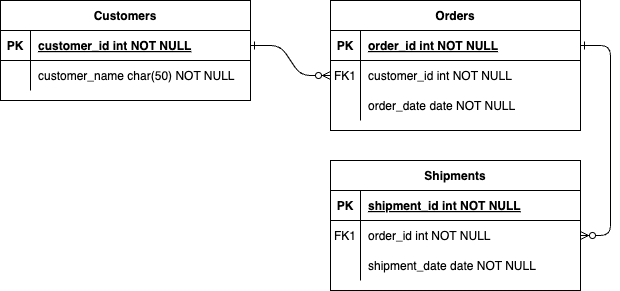
Earlier version of the draw.io export ERD.png (N-Dolphin/Group). Source tidied: cells renumbered, new cells last; positions are measured from the earlier drawing's top-left corner, leaving out a move shared by most shapes.
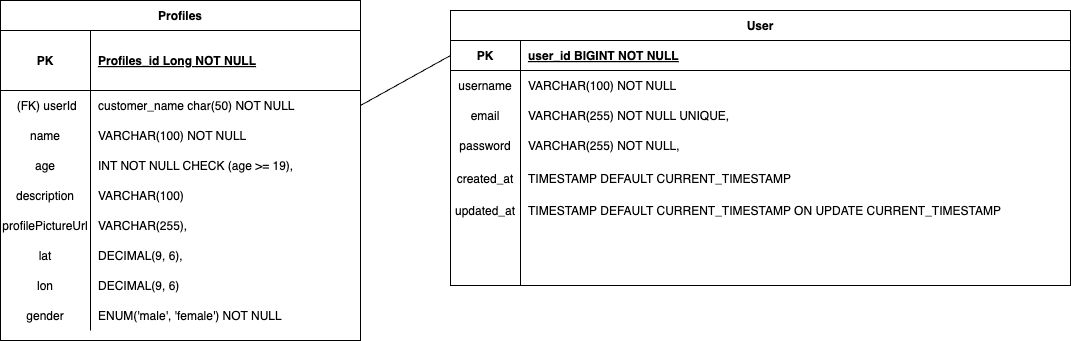
Above is the later version.

Change to the diagram source:
```diff
@@ -2,92 +2,167 @@
   <root>
     <mxCell id="0" />
     <mxCell id="1" parent="0" />
-    <mxCell id="2" style="edgeStyle=entityRelationEdgeStyle;endArrow=ERzeroToMany;startArrow=ERone;endFill=1;startFill=0;" parent="1" edge="1" source="25" target="8">
-      <mxGeometry relative="1" as="geometry" />
-    </mxCell>
-    <mxCell id="3" style="edgeStyle=entityRelationEdgeStyle;endArrow=ERzeroToMany;startArrow=ERone;endFill=1;startFill=0;" parent="1" edge="1" source="5" target="18">
-      <mxGeometry relative="1" as="geometry" />
-    </mxCell>
+    <mxCell id="24" value="Profiles" style="shape=table;startSize=30;rowLines=0;fontStyle=1;align=center;" parent="1" vertex="1">
+      <mxGeometry x="-10" y="-20" width="360" height="340" as="geometry" />
+    </mxCell>
+    <mxCell id="25" style="shape=partialRectangle;fillColor=none;points=[[0,0.5],[1,0.5]];portConstraint=eastwest;top=0;left=0;right=0;bottom=1;" parent="24" vertex="1">
+      <mxGeometry y="30" width="360" height="60" as="geometry" />
+    </mxCell>
+    <mxCell id="26" value="PK" style="shape=partialRectangle;overflow=hidden;fillColor=none;top=0;left=0;bottom=0;right=0;fontStyle=1;" parent="25" vertex="1">
+      <mxGeometry width="90" height="60" as="geometry" />
+    </mxCell>
+    <mxCell id="27" value="Profiles_id Long NOT NULL " style="shape=partialRectangle;overflow=hidden;fillColor=none;top=0;left=0;bottom=0;right=0;align=left;spacingLeft=6;fontStyle=5;" parent="25" vertex="1">
+      <mxGeometry x="90" width="270" height="60" as="geometry" />
+    </mxCell>
+    <mxCell id="28" style="shape=partialRectangle;fillColor=none;points=[[0,0.5],[1,0.5]];portConstraint=eastwest;top=0;left=0;right=0;bottom=0;" parent="24" vertex="1">
+      <mxGeometry y="90" width="360" height="30" as="geometry" />
+    </mxCell>
+    <mxCell id="29" value=" (FK) userId" style="shape=partialRectangle;overflow=hidden;fillColor=none;top=0;left=0;bottom=0;right=0;" parent="28" vertex="1">
+      <mxGeometry width="90" height="30" as="geometry" />
+    </mxCell>
+    <mxCell id="30" value="customer_name char(50) NOT NULL" style="shape=partialRectangle;overflow=hidden;fillColor=none;top=0;left=0;bottom=0;right=0;align=left;spacingLeft=6;" parent="28" vertex="1">
+      <mxGeometry x="90" width="270" height="30" as="geometry" />
+    </mxCell>
+    <mxCell id="31" style="shape=partialRectangle;fillColor=none;top=0;left=0;right=0;bottom=0;" parent="24" vertex="1">
+      <mxGeometry y="120" width="360" height="30" as="geometry" />
+    </mxCell>
+    <mxCell id="32" value="name" style="shape=partialRectangle;overflow=hidden;fillColor=none;top=0;left=0;bottom=0;right=0;" parent="31" vertex="1">
+      <mxGeometry width="90" height="30" as="geometry" />
+    </mxCell>
+    <mxCell id="33" value="VARCHAR(100) NOT NULL" style="shape=partialRectangle;overflow=hidden;fillColor=none;top=0;left=0;bottom=0;right=0;align=left;spacingLeft=6;" parent="31" vertex="1">
+      <mxGeometry x="90" width="270" height="30" as="geometry" />
+    </mxCell>
+    <mxCell id="34" style="shape=partialRectangle;fillColor=none;top=0;left=0;right=0;bottom=0;" parent="24" vertex="1">
+      <mxGeometry y="150" width="360" height="30" as="geometry" />
+    </mxCell>
+    <mxCell id="35" value="age" style="shape=partialRectangle;overflow=hidden;fillColor=none;top=0;left=0;bottom=0;right=0;" parent="34" vertex="1">
+      <mxGeometry width="90" height="30" as="geometry" />
+    </mxCell>
+    <mxCell id="36" value="INT NOT NULL CHECK (age &gt;= 19)," style="shape=partialRectangle;overflow=hidden;fillColor=none;top=0;left=0;bottom=0;right=0;align=left;spacingLeft=6;" parent="34" vertex="1">
+      <mxGeometry x="90" width="270" height="30" as="geometry" />
+    </mxCell>
+    <mxCell id="37" style="shape=partialRectangle;fillColor=none;top=0;left=0;right=0;bottom=0;" parent="24" vertex="1">
+      <mxGeometry y="180" width="360" height="30" as="geometry" />
+    </mxCell>
+    <mxCell id="38" value="description" style="shape=partialRectangle;overflow=hidden;fillColor=none;top=0;left=0;bottom=0;right=0;" parent="37" vertex="1">
+      <mxGeometry width="90" height="30" as="geometry" />
+    </mxCell>
+    <mxCell id="39" value="VARCHAR(100) " style="shape=partialRectangle;overflow=hidden;fillColor=none;top=0;left=0;bottom=0;right=0;align=left;spacingLeft=6;" parent="37" vertex="1">
+      <mxGeometry x="90" width="270" height="30" as="geometry" />
+    </mxCell>
+    <mxCell id="40" style="shape=partialRectangle;fillColor=none;top=0;left=0;right=0;bottom=0;" parent="24" vertex="1">
+      <mxGeometry y="210" width="360" height="30" as="geometry" />
+    </mxCell>
+    <mxCell id="41" value="profilePictureUrl" style="shape=partialRectangle;overflow=hidden;fillColor=none;top=0;left=0;bottom=0;right=0;" parent="40" vertex="1">
+      <mxGeometry width="90" height="30" as="geometry" />
+    </mxCell>
+    <mxCell id="42" value="VARCHAR(255)," style="shape=partialRectangle;overflow=hidden;fillColor=none;top=0;left=0;bottom=0;right=0;align=left;spacingLeft=6;" parent="40" vertex="1">
+      <mxGeometry x="90" width="270" height="30" as="geometry" />
+    </mxCell>
+    <mxCell id="43" style="shape=partialRectangle;fillColor=none;top=0;left=0;right=0;bottom=0;" parent="24" vertex="1">
+      <mxGeometry y="240" width="360" height="30" as="geometry" />
+    </mxCell>
+    <mxCell id="44" value="lat" style="shape=partialRectangle;overflow=hidden;fillColor=none;top=0;left=0;bottom=0;right=0;" parent="43" vertex="1">
+      <mxGeometry width="90" height="30" as="geometry" />
+    </mxCell>
+    <mxCell id="45" value="DECIMAL(9, 6)," style="shape=partialRectangle;overflow=hidden;fillColor=none;top=0;left=0;bottom=0;right=0;align=left;spacingLeft=6;" parent="43" vertex="1">
+      <mxGeometry x="90" width="270" height="30" as="geometry" />
+    </mxCell>
+    <mxCell id="46" style="shape=partialRectangle;fillColor=none;top=0;left=0;right=0;bottom=0;" parent="24" vertex="1">
+      <mxGeometry y="270" width="360" height="30" as="geometry" />
+    </mxCell>
+    <mxCell id="47" value="lon" style="shape=partialRectangle;overflow=hidden;fillColor=none;top=0;left=0;bottom=0;right=0;" parent="46" vertex="1">
+      <mxGeometry width="90" height="30" as="geometry" />
+    </mxCell>
+    <mxCell id="48" value="DECIMAL(9, 6)" style="shape=partialRectangle;overflow=hidden;fillColor=none;top=0;left=0;bottom=0;right=0;align=left;spacingLeft=6;" parent="46" vertex="1">
+      <mxGeometry x="90" width="270" height="30" as="geometry" />
+    </mxCell>
+    <mxCell id="49" style="shape=partialRectangle;fillColor=none;top=0;left=0;right=0;bottom=0;" parent="24" vertex="1">
+      <mxGeometry y="300" width="360" height="30" as="geometry" />
+    </mxCell>
+    <mxCell id="50" value="gender" style="shape=partialRectangle;overflow=hidden;fillColor=none;top=0;left=0;bottom=0;right=0;" parent="49" vertex="1">
+      <mxGeometry width="90" height="30" as="geometry" />
+    </mxCell>
+    <mxCell id="51" value="ENUM('male', 'female') NOT NULL" style="shape=partialRectangle;overflow=hidden;fillColor=none;top=0;left=0;bottom=0;right=0;align=left;spacingLeft=6;" parent="49" vertex="1">
+      <mxGeometry x="90" width="270" height="30" as="geometry" />
+    </mxCell>
+    <mxCell id="52" style="endArrow=none;html=1;rounded=0;exitX=1;exitY=0.5;exitDx=0;exitDy=0;entryX=0;entryY=0.5;entryDx=0;entryDy=0;" parent="1" edge="1" source="28" target="5">
+      <mxGeometry relative="1" as="geometry" />
+    </mxCell>
-    <mxCell id="4" value="Orders" style="shape=table;startSize=30;rowLines=0;fontStyle=1;align=center;" parent="1" vertex="1">
-      <mxGeometry x="330" width="250" height="130" as="geometry" />
+    <mxCell id="4" value="User" style="shape=table;startSize=30;rowLines=0;fontStyle=1;align=center;" parent="1" vertex="1">
+      <mxGeometry x="440" y="-10" width="620" height="275" as="geometry" />
     </mxCell>
     <mxCell id="5" style="shape=partialRectangle;fillColor=none;points=[[0,0.5],[1,0.5]];portConstraint=eastwest;top=0;left=0;right=0;bottom=1;" parent="4" vertex="1">
-      <mxGeometry y="30" width="250" height="30" as="geometry" />
+      <mxGeometry y="30" width="620" height="30" as="geometry" />
     </mxCell>
     <mxCell id="6" value="PK" style="shape=partialRectangle;overflow=hidden;fillColor=none;top=0;left=0;bottom=0;right=0;fontStyle=1;" parent="5" vertex="1">
-      <mxGeometry width="30" height="30" as="geometry" />
+      <mxGeometry width="70" height="30" as="geometry" />
     </mxCell>
-    <mxCell id="7" value="order_id int NOT NULL " style="shape=partialRectangle;overflow=hidden;fillColor=none;top=0;left=0;bottom=0;right=0;align=left;spacingLeft=6;fontStyle=5;" parent="5" vertex="1">
-      <mxGeometry x="30" width="220" height="30" as="geometry" />
+    <mxCell id="7" value="user_id BIGINT NOT NULL " style="shape=partialRectangle;overflow=hidden;fillColor=none;top=0;left=0;bottom=0;right=0;align=left;spacingLeft=6;fontStyle=5;" parent="5" vertex="1">
+      <mxGeometry x="70" width="550" height="30" as="geometry" />
     </mxCell>
     <mxCell id="8" style="shape=partialRectangle;fillColor=none;points=[[0,0.5],[1,0.5]];portConstraint=eastwest;top=0;left=0;right=0;bottom=0;" parent="4" vertex="1">
-      <mxGeometry y="60" width="250" height="30" as="geometry" />
+      <mxGeometry y="60" width="620" height="30" as="geometry" />
     </mxCell>
-    <mxCell id="9" value="FK1" style="shape=partialRectangle;overflow=hidden;fillColor=none;top=0;left=0;bottom=0;right=0;" parent="8" vertex="1">
-      <mxGeometry width="30" height="30" as="geometry" />
+    <mxCell id="9" value="username" style="shape=partialRectangle;overflow=hidden;fillColor=none;top=0;left=0;bottom=0;right=0;" parent="8" vertex="1">
+      <mxGeometry width="70" height="30" as="geometry" />
     </mxCell>
-    <mxCell id="10" value="customer_id int NOT NULL" style="shape=partialRectangle;overflow=hidden;fillColor=none;top=0;left=0;bottom=0;right=0;align=left;spacingLeft=6;" parent="8" vertex="1">
-      <mxGeometry x="30" width="220" height="30" as="geometry" />
+    <mxCell id="10" value="VARCHAR(100) NOT NULL" style="shape=partialRectangle;overflow=hidden;fillColor=none;top=0;left=0;bottom=0;right=0;align=left;spacingLeft=6;" parent="8" vertex="1">
+      <mxGeometry x="70" width="550" height="30" as="geometry" />
     </mxCell>
-    <mxCell id="11" style="shape=partialRectangle;fillColor=none;top=0;left=0;right=0;bottom=0;" parent="4" vertex="1">
-      <mxGeometry y="90" width="250" height="30" as="geometry" />
-    </mxCell>
-    <mxCell id="12" style="shape=partialRectangle;overflow=hidden;fillColor=none;top=0;left=0;bottom=0;right=0;" parent="11" vertex="1">
-      <mxGeometry width="30" height="30" as="geometry" />
-    </mxCell>
-    <mxCell id="13" value="order_date date NOT NULL" style="shape=partialRectangle;overflow=hidden;fillColor=none;top=0;left=0;bottom=0;right=0;align=left;spacingLeft=6;" parent="11" vertex="1">
-      <mxGeometry x="30" width="220" height="30" as="geometry" />
-    </mxCell>
-    <mxCell id="14" value="Shipments" style="shape=table;startSize=30;rowLines=0;fontStyle=1;align=center;" parent="1" vertex="1">
-      <mxGeometry x="330" y="160" width="250" height="130" as="geometry" />
-    </mxCell>
-    <mxCell id="15" style="shape=partialRectangle;fillColor=none;top=0;left=0;right=0;bottom=1;" parent="14" vertex="1">
-      <mxGeometry y="30" width="250" height="30" as="geometry" />
-    </mxCell>
-    <mxCell id="16" value="PK" style="shape=partialRectangle;overflow=hidden;fillColor=none;top=0;left=0;bottom=0;right=0;fontStyle=1;" parent="15" vertex="1">
-      <mxGeometry width="30" height="30" as="geometry" />
-    </mxCell>
-    <mxCell id="17" value="shipment_id int NOT NULL " style="shape=partialRectangle;overflow=hidden;fillColor=none;top=0;left=0;bottom=0;right=0;align=left;spacingLeft=6;fontStyle=5;" parent="15" vertex="1">
-      <mxGeometry x="30" width="220" height="30" as="geometry" />
-    </mxCell>
-    <mxCell id="18" style="shape=partialRectangle;fillColor=none;points=[[0,0.5],[1,0.5]];portConstraint=eastwest;top=0;left=0;right=0;bottom=0;" parent="14" vertex="1">
-      <mxGeometry y="60" width="250" height="30" as="geometry" />
-    </mxCell>
-    <mxCell id="19" value="FK1" style="shape=partialRectangle;overflow=hidden;fillColor=none;top=0;left=0;bottom=0;right=0;" parent="18" vertex="1">
-      <mxGeometry width="30" height="30" as="geometry" />
-    </mxCell>
-    <mxCell id="20" value="order_id int NOT NULL" style="shape=partialRectangle;overflow=hidden;fillColor=none;top=0;left=0;bottom=0;right=0;align=left;spacingLeft=6;" parent="18" vertex="1">
-      <mxGeometry x="30" width="220" height="30" as="geometry" />
-    </mxCell>
-    <mxCell id="21" style="shape=partialRectangle;fillColor=none;top=0;left=0;right=0;bottom=0;" parent="14" vertex="1">
-      <mxGeometry y="90" width="250" height="30" as="geometry" />
-    </mxCell>
-    <mxCell id="22" style="shape=partialRectangle;overflow=hidden;fillColor=none;top=0;left=0;bottom=0;right=0;" parent="21" vertex="1">
-      <mxGeometry width="30" height="30" as="geometry" />
-    </mxCell>
-    <mxCell id="23" value="shipment_date date NOT NULL" style="shape=partialRectangle;overflow=hidden;fillColor=none;top=0;left=0;bottom=0;right=0;align=left;spacingLeft=6;" parent="21" vertex="1">
-      <mxGeometry x="30" width="220" height="30" as="geometry" />
-    </mxCell>
-    <mxCell id="24" value="Customers" style="shape=table;startSize=30;rowLines=0;fontStyle=1;align=center;" parent="1" vertex="1">
-      <mxGeometry width="250" height="100" as="geometry" />
-    </mxCell>
-    <mxCell id="25" style="shape=partialRectangle;fillColor=none;points=[[0,0.5],[1,0.5]];portConstraint=eastwest;top=0;left=0;right=0;bottom=1;" parent="24" vertex="1">
-      <mxGeometry y="30" width="250" height="30" as="geometry" />
-    </mxCell>
-    <mxCell id="26" value="PK" style="shape=partialRectangle;overflow=hidden;fillColor=none;top=0;left=0;bottom=0;right=0;fontStyle=1;" parent="25" vertex="1">
-      <mxGeometry width="30" height="30" as="geometry" />
-    </mxCell>
-    <mxCell id="27" value="customer_id int NOT NULL " style="shape=partialRectangle;overflow=hidden;fillColor=none;top=0;left=0;bottom=0;right=0;align=left;spacingLeft=6;fontStyle=5;" parent="25" vertex="1">
-      <mxGeometry x="30" width="220" height="30" as="geometry" />
-    </mxCell>
-    <mxCell id="28" style="shape=partialRectangle;fillColor=none;points=[[0,0.5],[1,0.5]];portConstraint=eastwest;top=0;left=0;right=0;bottom=0;" parent="24" vertex="1">
-      <mxGeometry y="60" width="250" height="30" as="geometry" />
-    </mxCell>
-    <mxCell id="29" style="shape=partialRectangle;overflow=hidden;fillColor=none;top=0;left=0;bottom=0;right=0;" parent="28" vertex="1">
-      <mxGeometry width="30" height="30" as="geometry" />
-    </mxCell>
-    <mxCell id="30" value="customer_name char(50) NOT NULL" style="shape=partialRectangle;overflow=hidden;fillColor=none;top=0;left=0;bottom=0;right=0;align=left;spacingLeft=6;" parent="28" vertex="1">
-      <mxGeometry x="30" width="220" height="30" as="geometry" />
-    </mxCell>
+    <mxCell id="53" style="shape=partialRectangle;fillColor=none;top=0;left=0;right=0;bottom=0;" parent="4" vertex="1">
+      <mxGeometry y="90" width="620" height="30" as="geometry" />
+    </mxCell>
+    <mxCell id="54" value="email" style="shape=partialRectangle;overflow=hidden;fillColor=none;top=0;left=0;bottom=0;right=0;" parent="53" vertex="1">
+      <mxGeometry width="70" height="30" as="geometry" />
+    </mxCell>
+    <mxCell id="55" value="VARCHAR(255) NOT NULL UNIQUE," style="shape=partialRectangle;overflow=hidden;fillColor=none;top=0;left=0;bottom=0;right=0;align=left;spacingLeft=6;" parent="53" vertex="1">
+      <mxGeometry x="70" width="550" height="30" as="geometry" />
+    </mxCell>
+    <mxCell id="56" style="shape=partialRectangle;fillColor=none;top=0;left=0;right=0;bottom=0;" parent="4" vertex="1">
+      <mxGeometry y="120" width="620" height="30" as="geometry" />
+    </mxCell>
+    <mxCell id="57" value="password" style="shape=partialRectangle;overflow=hidden;fillColor=none;top=0;left=0;bottom=0;right=0;" parent="56" vertex="1">
+      <mxGeometry width="70" height="30" as="geometry" />
+    </mxCell>
+    <mxCell id="58" value="VARCHAR(255) NOT NULL, " style="shape=partialRectangle;overflow=hidden;fillColor=none;top=0;left=0;bottom=0;right=0;align=left;spacingLeft=6;" parent="56" vertex="1">
+      <mxGeometry x="70" width="550" height="30" as="geometry" />
+    </mxCell>
+    <mxCell id="59" style="shape=partialRectangle;fillColor=none;top=0;left=0;right=0;bottom=0;" parent="4" vertex="1">
+      <mxGeometry y="150" width="620" height="35" as="geometry" />
+    </mxCell>
+    <mxCell id="60" value="created_at" style="shape=partialRectangle;overflow=hidden;fillColor=none;top=0;left=0;bottom=0;right=0;" parent="59" vertex="1">
+      <mxGeometry width="70" height="35" as="geometry" />
+    </mxCell>
+    <mxCell id="61" value="TIMESTAMP DEFAULT CURRENT_TIMESTAMP" style="shape=partialRectangle;overflow=hidden;fillColor=none;top=0;left=0;bottom=0;right=0;align=left;spacingLeft=6;" parent="59" vertex="1">
+      <mxGeometry x="70" width="550" height="35" as="geometry" />
+    </mxCell>
+    <mxCell id="62" style="shape=partialRectangle;fillColor=none;top=0;left=0;right=0;bottom=0;" parent="4" vertex="1">
+      <mxGeometry y="185" width="620" height="30" as="geometry" />
+    </mxCell>
+    <mxCell id="63" value="updated_at" style="shape=partialRectangle;overflow=hidden;fillColor=none;top=0;left=0;bottom=0;right=0;" parent="62" vertex="1">
+      <mxGeometry width="70" height="30" as="geometry" />
+    </mxCell>
+    <mxCell id="64" value="TIMESTAMP DEFAULT CURRENT_TIMESTAMP ON UPDATE CURRENT_TIMESTAMP" style="shape=partialRectangle;overflow=hidden;fillColor=none;top=0;left=0;bottom=0;right=0;align=left;spacingLeft=6;" parent="62" vertex="1">
+      <mxGeometry x="70" width="550" height="30" as="geometry" />
+    </mxCell>
+    <mxCell id="65" style="shape=partialRectangle;fillColor=none;top=0;left=0;right=0;bottom=0;" parent="4" vertex="1">
+      <mxGeometry y="215" width="620" height="30" as="geometry" />
+    </mxCell>
+    <mxCell id="66" style="shape=partialRectangle;overflow=hidden;fillColor=none;top=0;left=0;bottom=0;right=0;" parent="65" vertex="1">
+      <mxGeometry width="70" height="30" as="geometry" />
+    </mxCell>
+    <mxCell id="67" style="shape=partialRectangle;overflow=hidden;fillColor=none;top=0;left=0;bottom=0;right=0;align=left;spacingLeft=6;" parent="65" vertex="1">
+      <mxGeometry x="70" width="550" height="30" as="geometry" />
+    </mxCell>
+    <mxCell id="68" style="shape=partialRectangle;fillColor=none;top=0;left=0;right=0;bottom=0;" parent="4" vertex="1">
+      <mxGeometry y="245" width="620" height="30" as="geometry" />
+    </mxCell>
+    <mxCell id="69" style="shape=partialRectangle;overflow=hidden;fillColor=none;top=0;left=0;bottom=0;right=0;" parent="68" vertex="1">
+      <mxGeometry width="70" height="30" as="geometry" />
+    </mxCell>
+    <mxCell id="70" style="shape=partialRectangle;overflow=hidden;fillColor=none;top=0;left=0;bottom=0;right=0;align=left;spacingLeft=6;" parent="68" vertex="1">
+      <mxGeometry x="70" width="550" height="30" as="geometry" />
+    </mxCell>
   </root>
 </mxGraphModel>
```
